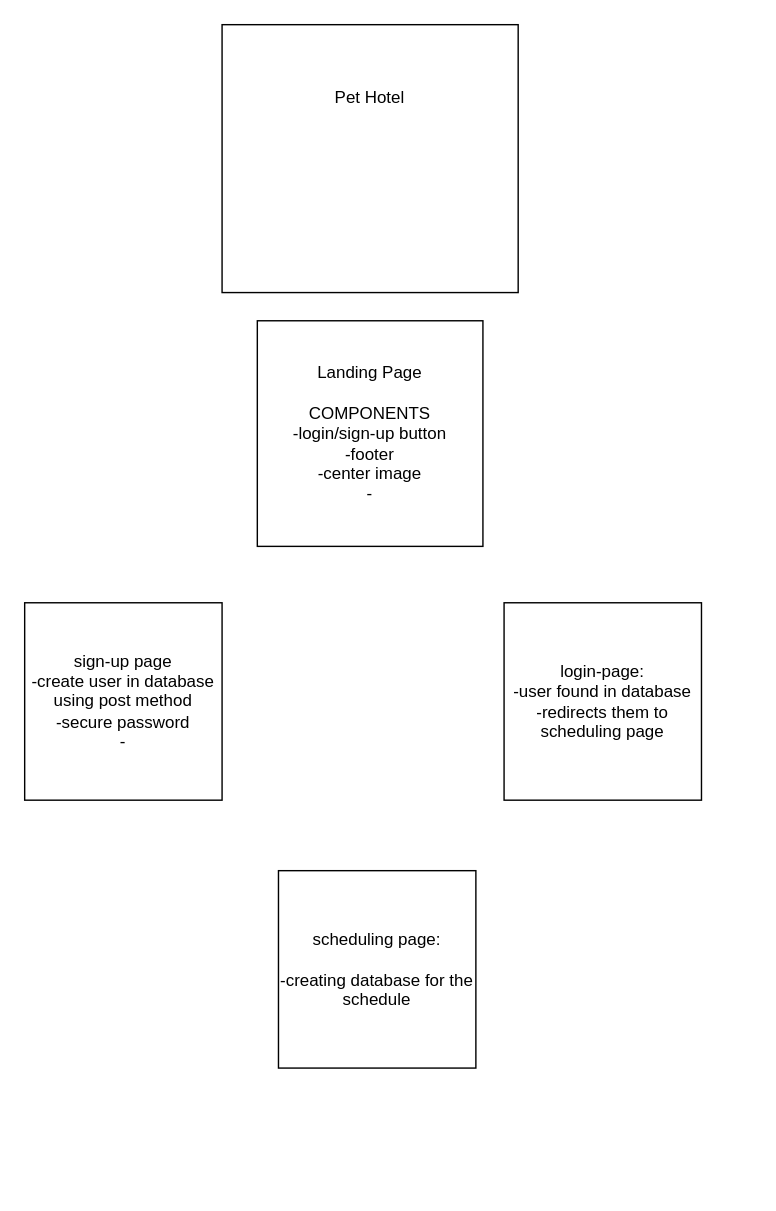
This is Untitled Diagram.drawio from brooklynminor/Project-3, a draw.io file, before an edit. Source tidied: cells renumbered, new cells numbered last; positions are measured from the earlier drawing's top-left corner, leaving out a move shared by most shapes. Both pictures are drawn from the tidied source at 141%, with x=0, y=0 at pixel (24, 24).
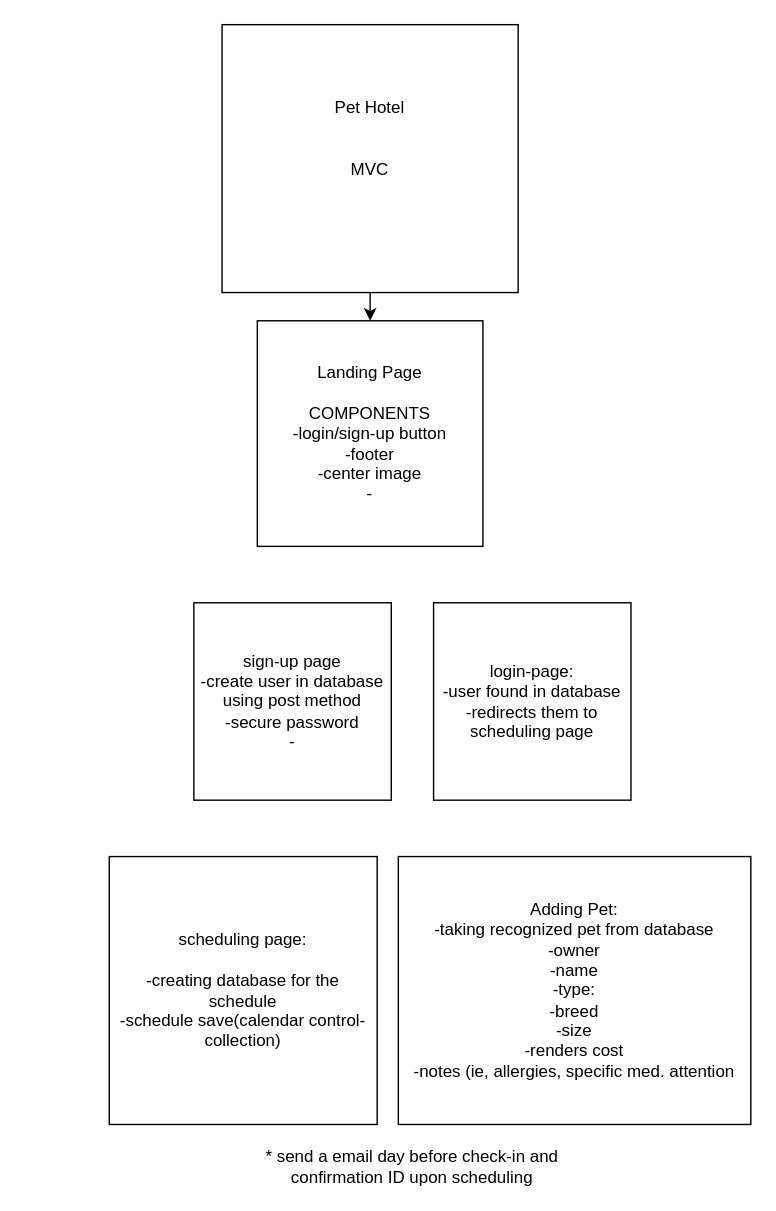
The same page after the edit.

What changed in the source:
```diff
@@
 <mxGraphModel>
   <root>
     <mxCell id="0" />
     <mxCell id="1" parent="0" />
-    <mxCell id="2" value="Pet Hotel&lt;br&gt;&lt;br&gt;&lt;br&gt;&lt;br&gt;&lt;br&gt;&lt;br&gt;&lt;br&gt;" style="rounded=0;whiteSpace=wrap;html=1;" parent="1" vertex="1">
+    <mxCell id="2" value="Pet Hotel&lt;br&gt;&lt;br&gt;&lt;br&gt;MVC&lt;br&gt;&lt;br&gt;&lt;br&gt;" style="rounded=0;whiteSpace=wrap;html=1;" parent="1" vertex="1">
       <mxGeometry x="140" width="210" height="190" as="geometry" />
     </mxCell>
     <mxCell id="3" value="Landing Page&lt;br&gt;&amp;nbsp;&lt;br&gt;COMPONENTS&lt;br&gt;-login/sign-up button&lt;br&gt;-footer&lt;br&gt;-center image&lt;br&gt;-" style="whiteSpace=wrap;html=1;" parent="1" vertex="1">
       <mxGeometry x="165" y="210" width="160" height="160" as="geometry" />
     </mxCell>
     <mxCell id="4" value="sign-up page&lt;br&gt;-create user in database using post method&lt;br&gt;-secure password&lt;br&gt;-" style="whiteSpace=wrap;html=1;" parent="1" vertex="1">
-      <mxGeometry y="410" width="140" height="140" as="geometry" />
+      <mxGeometry x="120" y="410" width="140" height="140" as="geometry" />
     </mxCell>
-    <mxCell id="5" value="scheduling page:&lt;br&gt;&lt;br&gt;-creating database for the schedule" style="whiteSpace=wrap;html=1;" parent="1" vertex="1">
-      <mxGeometry x="180" y="600" width="140" height="140" as="geometry" />
+    <mxCell id="5" value="scheduling page:&lt;br&gt;&lt;br&gt;-creating database for the schedule&lt;br&gt;-schedule save(calendar control- collection)" style="whiteSpace=wrap;html=1;" parent="1" vertex="1">
+      <mxGeometry x="60" y="590" width="190" height="190" as="geometry" />
     </mxCell>
     <mxCell id="6" value="login-page:&lt;br&gt;-user found in database&lt;br&gt;-redirects them to scheduling page" style="whiteSpace=wrap;html=1;" parent="1" vertex="1">
-      <mxGeometry x="340" y="410" width="140" height="140" as="geometry" />
+      <mxGeometry x="290" y="410" width="140" height="140" as="geometry" />
     </mxCell>
+    <mxCell id="7" style="endArrow=classic;html=1;exitX=0.5;exitY=1;exitDx=0;exitDy=0;entryX=0.5;entryY=0;entryDx=0;entryDy=0;" parent="1" edge="1" source="2" target="3">
+      <mxGeometry relative="1" as="geometry" />
+    </mxCell>
+    <mxCell id="8" value="Adding Pet:&lt;br&gt;-taking recognized pet from database&lt;br&gt;-owner&lt;br&gt;-name&lt;br&gt;-type:&lt;br&gt;-breed&lt;br&gt;-size&lt;br&gt;-renders cost&lt;br&gt;-notes (ie, allergies, specific med. attention" style="rounded=0;whiteSpace=wrap;html=1;" parent="1" vertex="1">
+      <mxGeometry x="265" y="590" width="250" height="190" as="geometry" />
+    </mxCell>
+    <mxCell id="9" value="* send a email day before check-in and confirmation ID upon scheduling" style="text;html=1;strokeColor=none;fillColor=none;align=center;verticalAlign=middle;whiteSpace=wrap;rounded=0;" parent="1" vertex="1">
+      <mxGeometry x="170" y="800" width="210" height="20" as="geometry" />
+    </mxCell>
   </root>
 </mxGraphModel>
```
